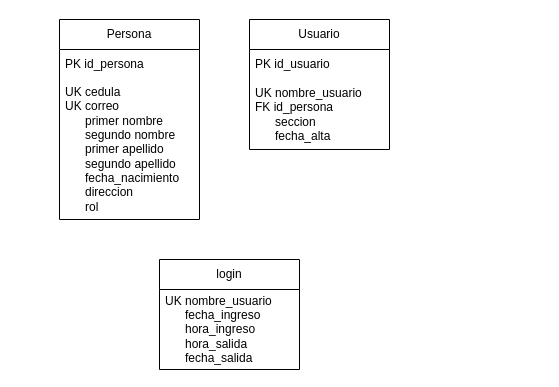
Before: logico.drawio in mele-dev/tarea03-juanes-bd, a draw.io diagram. Source tidied: cells renumbered, new cells numbered last; positions are measured from the earlier drawing's top-left corner, leaving out a move shared by most shapes. Both pictures are drawn from the tidied source at 100%, with x=0, y=0 at pixel (59, 19).
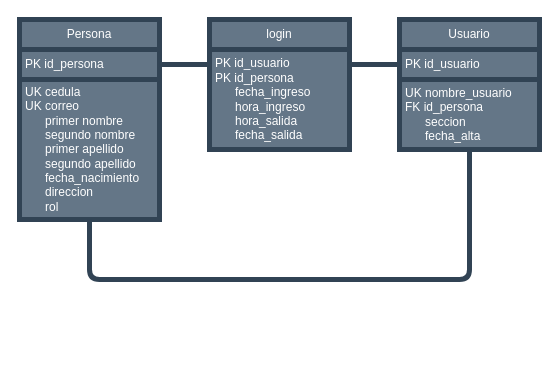
After the change.

Diff of the diagram source:
```diff
@@
 <mxGraphModel>
   <root>
     <mxCell id="0" />
     <mxCell id="1" parent="0" />
-    <mxCell id="2" value="Persona" style="swimlane;fontStyle=0;horizontal=1;startSize=30;whiteSpace=wrap;html=1;" parent="1" vertex="1">
-      <mxGeometry width="140" height="200" as="geometry" />
+    <mxCell id="2" value="Persona" style="swimlane;fontStyle=0;horizontal=1;startSize=30;whiteSpace=wrap;html=1;fillColor=#647687;fontColor=#ffffff;strokeColor=#314354;strokeWidth=5;" parent="1" vertex="1">
+      <mxGeometry x="-40" width="140" height="200" as="geometry" />
     </mxCell>
-    <mxCell id="3" value="PK id_persona" style="text;strokeColor=none;fillColor=none;align=left;verticalAlign=middle;spacingLeft=4;spacingRight=4;overflow=hidden;points=[[0,0.5],[1,0.5]];portConstraint=eastwest;whiteSpace=wrap;html=1;" parent="2" vertex="1">
+    <mxCell id="3" value="PK id_persona" style="text;strokeColor=#314354;fillColor=#647687;align=left;verticalAlign=middle;spacingLeft=4;spacingRight=4;overflow=hidden;points=[[0,0.5],[1,0.5]];portConstraint=eastwest;whiteSpace=wrap;html=1;fontColor=#ffffff;strokeWidth=5;" parent="2" vertex="1">
       <mxGeometry y="30" width="140" height="30" as="geometry" />
     </mxCell>
-    <mxCell id="4" value="UK cedula&lt;br&gt;UK correo&lt;br&gt;&amp;nbsp; &amp;nbsp; &amp;nbsp; primer nombre&lt;br&gt;&amp;nbsp; &amp;nbsp; &amp;nbsp; segundo nombre&lt;br&gt;&amp;nbsp; &amp;nbsp; &amp;nbsp; primer apellido&lt;br&gt;&amp;nbsp; &amp;nbsp; &amp;nbsp; segundo apellido&lt;br&gt;&amp;nbsp; &amp;nbsp; &amp;nbsp; fecha_nacimiento&lt;br&gt;&amp;nbsp; &amp;nbsp; &amp;nbsp; direccion&lt;br&gt;&amp;nbsp; &amp;nbsp; &amp;nbsp; rol" style="text;strokeColor=none;fillColor=none;align=left;verticalAlign=middle;spacingLeft=4;spacingRight=4;overflow=hidden;whiteSpace=wrap;html=1;" parent="2" vertex="1">
+    <mxCell id="4" value="UK cedula&lt;br&gt;UK correo&lt;br&gt;&amp;nbsp; &amp;nbsp; &amp;nbsp; primer nombre&lt;br&gt;&amp;nbsp; &amp;nbsp; &amp;nbsp; segundo nombre&lt;br&gt;&amp;nbsp; &amp;nbsp; &amp;nbsp; primer apellido&lt;br&gt;&amp;nbsp; &amp;nbsp; &amp;nbsp; segundo apellido&lt;br&gt;&amp;nbsp; &amp;nbsp; &amp;nbsp; fecha_nacimiento&lt;br&gt;&amp;nbsp; &amp;nbsp; &amp;nbsp; direccion&lt;br&gt;&amp;nbsp; &amp;nbsp; &amp;nbsp; rol" style="text;strokeColor=#314354;fillColor=#647687;align=left;verticalAlign=middle;spacingLeft=4;spacingRight=4;overflow=hidden;whiteSpace=wrap;html=1;fontColor=#ffffff;strokeWidth=5;" parent="2" vertex="1">
       <mxGeometry y="60" width="140" height="140" as="geometry" />
     </mxCell>
-    <mxCell id="5" value="Usuario" style="swimlane;fontStyle=0;horizontal=1;startSize=30;whiteSpace=wrap;html=1;" parent="1" vertex="1">
-      <mxGeometry x="190" width="140" height="130" as="geometry" />
+    <mxCell id="5" value="Usuario" style="swimlane;fontStyle=0;horizontal=1;startSize=30;whiteSpace=wrap;html=1;fillColor=#647687;fontColor=#ffffff;strokeColor=#314354;strokeWidth=5;" parent="1" vertex="1">
+      <mxGeometry x="340" width="140" height="130" as="geometry" />
     </mxCell>
-    <mxCell id="6" value="PK id_usuario" style="text;strokeColor=none;fillColor=none;align=left;verticalAlign=middle;spacingLeft=4;spacingRight=4;overflow=hidden;whiteSpace=wrap;html=1;" parent="5" vertex="1">
+    <mxCell id="6" value="PK id_usuario" style="text;strokeColor=#314354;fillColor=#647687;align=left;verticalAlign=middle;spacingLeft=4;spacingRight=4;overflow=hidden;whiteSpace=wrap;html=1;fontColor=#ffffff;strokeWidth=5;" parent="5" vertex="1">
       <mxGeometry y="30" width="140" height="30" as="geometry" />
     </mxCell>
-    <mxCell id="7" value="UK nombre_usuario&lt;br&gt;FK id_persona&lt;br&gt;&amp;nbsp; &amp;nbsp; &amp;nbsp; seccion&lt;br&gt;&amp;nbsp; &amp;nbsp; &amp;nbsp; fecha_alta" style="text;strokeColor=none;fillColor=none;align=left;verticalAlign=middle;spacingLeft=4;spacingRight=4;overflow=hidden;whiteSpace=wrap;html=1;" parent="5" vertex="1">
+    <mxCell id="7" value="UK nombre_usuario&lt;br&gt;FK id_persona&lt;br&gt;&amp;nbsp; &amp;nbsp; &amp;nbsp; seccion&lt;br&gt;&amp;nbsp; &amp;nbsp; &amp;nbsp; fecha_alta" style="text;strokeColor=#314354;fillColor=#647687;align=left;verticalAlign=middle;spacingLeft=4;spacingRight=4;overflow=hidden;whiteSpace=wrap;html=1;fontColor=#ffffff;strokeWidth=5;" parent="5" vertex="1">
       <mxGeometry y="60" width="140" height="70" as="geometry" />
     </mxCell>
+    <mxCell id="10" style="endArrow=none;html=1;exitX=1;exitY=0.5;exitDx=0;exitDy=0;fillColor=#647687;strokeColor=#314354;strokeWidth=5;" parent="1" edge="1" source="3">
+      <mxGeometry relative="1" as="geometry">
+        <mxPoint x="340" y="45" as="targetPoint" />
+      </mxGeometry>
+    </mxCell>
-    <mxCell id="8" value="login" style="swimlane;fontStyle=0;horizontal=1;startSize=30;whiteSpace=wrap;html=1;" parent="1" vertex="1">
-      <mxGeometry x="100" y="240" width="140" height="110" as="geometry" />
+    <mxCell id="8" value="login" style="swimlane;fontStyle=0;horizontal=1;startSize=30;whiteSpace=wrap;html=1;fillColor=#647687;fontColor=#ffffff;strokeColor=#314354;strokeWidth=5;" parent="1" vertex="1">
+      <mxGeometry x="150" width="140" height="130" as="geometry" />
     </mxCell>
-    <mxCell id="9" value="UK nombre_usuario&lt;br&gt;&amp;nbsp; &amp;nbsp; &amp;nbsp; fecha_ingreso&lt;br&gt;&amp;nbsp; &amp;nbsp; &amp;nbsp; hora_ingreso&lt;br&gt;&amp;nbsp; &amp;nbsp; &amp;nbsp; hora_salida&lt;br&gt;&amp;nbsp; &amp;nbsp; &amp;nbsp; fecha_salida" style="text;strokeColor=none;fillColor=none;align=left;verticalAlign=middle;spacingLeft=4;spacingRight=4;overflow=hidden;whiteSpace=wrap;html=1;" parent="8" vertex="1">
-      <mxGeometry y="30" width="140" height="80" as="geometry" />
+    <mxCell id="9" value="PK id_usuario&lt;br&gt;PK id_persona&lt;br&gt;&amp;nbsp; &amp;nbsp; &amp;nbsp; fecha_ingreso&lt;br&gt;&amp;nbsp; &amp;nbsp; &amp;nbsp; hora_ingreso&lt;br&gt;&amp;nbsp; &amp;nbsp; &amp;nbsp; hora_salida&lt;br&gt;&amp;nbsp; &amp;nbsp; &amp;nbsp; fecha_salida" style="text;strokeColor=#314354;fillColor=#647687;align=left;verticalAlign=middle;spacingLeft=4;spacingRight=4;overflow=hidden;whiteSpace=wrap;html=1;fontColor=#ffffff;strokeWidth=5;" parent="8" vertex="1">
+      <mxGeometry y="30" width="140" height="100" as="geometry" />
     </mxCell>
+    <mxCell id="11" style="endArrow=none;html=1;strokeWidth=5;exitX=0.5;exitY=1;exitDx=0;exitDy=0;entryX=0.5;entryY=1;entryDx=0;entryDy=0;fillColor=#647687;strokeColor=#314354;" parent="1" edge="1" source="2" target="5">
+      <mxGeometry relative="1" as="geometry">
+        <Array as="points">
+          <mxPoint x="30" y="260" />
+          <mxPoint x="410" y="260" />
+        </Array>
+      </mxGeometry>
+    </mxCell>
   </root>
 </mxGraphModel>
```
